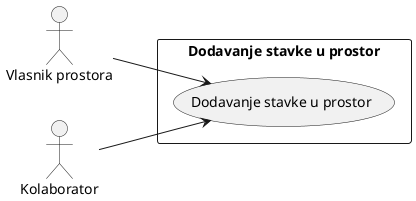
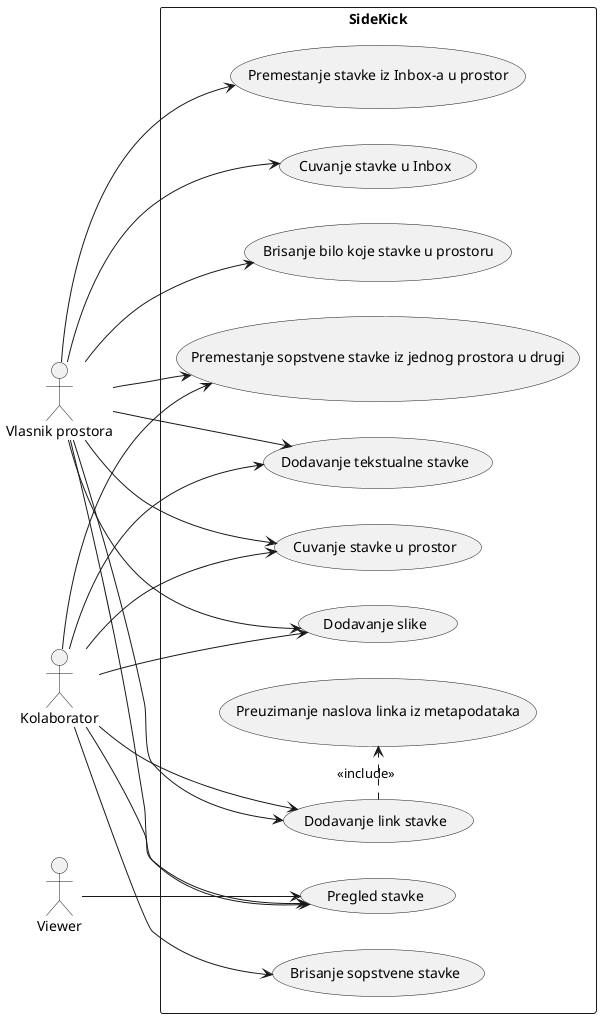
' Diagram type: PlantUML
@startuml
left to right direction
skinparam packageStyle rectangle

actor "Vlasnik prostora" as Owner
actor "Kolaborator" as Collaborator
+ actor "Viewer" as Viewer

- rectangle "Dodavanje stavke u prostor" {
-   usecase "Dodavanje stavke u prostor" as UC_AddItem
+ rectangle "SideKick" {
+   usecase "Dodavanje tekstualne stavke" as UC_AddText
+   usecase "Dodavanje link stavke" as UC_AddLink
+   usecase "Dodavanje slike" as UC_AddImage
+   usecase "Cuvanje stavke u Inbox" as UC_SaveToInbox
+   usecase "Cuvanje stavke u prostor" as UC_SaveToSpace
+   usecase "Preuzimanje naslova linka iz metapodataka" as UC_ReadLinkMeta
+   usecase "Pregled stavke" as UC_ViewItem
+   usecase "Brisanje bilo koje stavke u prostoru" as UC_DeleteAnyItem
+   usecase "Brisanje sopstvene stavke" as UC_DeleteOwnItem
+   usecase "Premestanje stavke iz Inbox-a u prostor" as UC_MoveInboxItem
+   usecase "Premestanje sopstvene stavke iz jednog prostora u drugi" as UC_MoveOwnItem
}

- Owner --> UC_AddItem
- Collaborator --> UC_AddItem
+ Owner --> UC_AddText
+ Owner --> UC_AddLink
+ Owner --> UC_AddImage
+ Owner --> UC_SaveToInbox
+ Owner --> UC_SaveToSpace
+ Owner --> UC_ViewItem
+ Owner --> UC_DeleteAnyItem
+ Owner --> UC_MoveInboxItem
+ Owner --> UC_MoveOwnItem
+ 
+ Collaborator --> UC_AddText
+ Collaborator --> UC_AddLink
+ Collaborator --> UC_AddImage
+ Collaborator --> UC_SaveToSpace
+ Collaborator --> UC_ViewItem
+ Collaborator --> UC_DeleteOwnItem
+ Collaborator --> UC_MoveOwnItem
+ 
+ Viewer --> UC_ViewItem
+ 
+ UC_AddLink .> UC_ReadLinkMeta : <<include>>

@enduml
